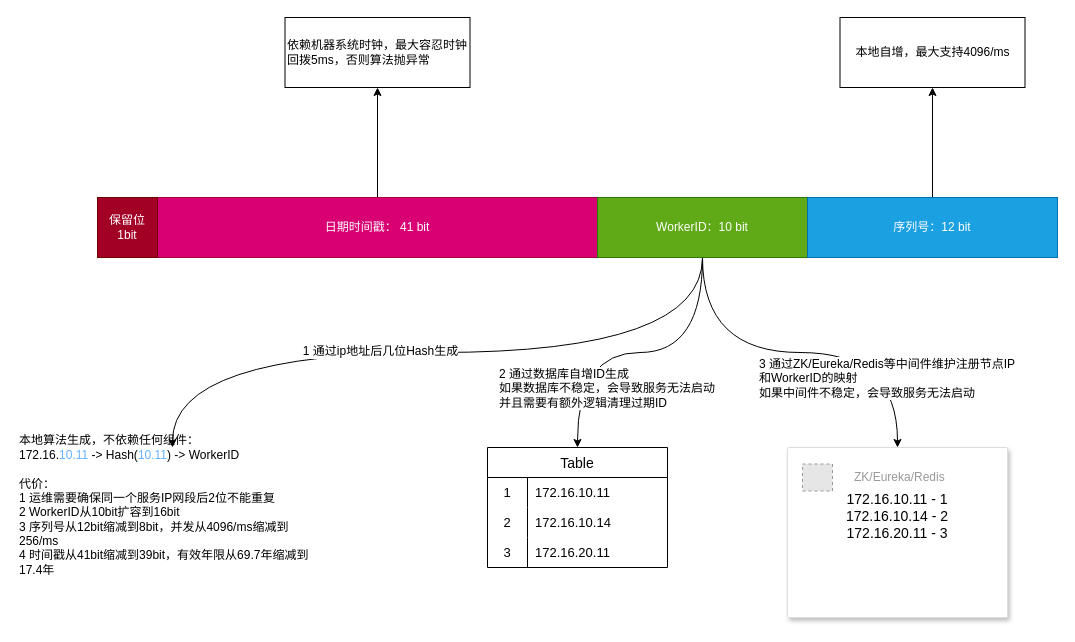
This is doc/雪花算法.drawio from jackjoesh/databend, a draw.io file, before an edit. Source tidied: cells renumbered, new cells numbered last; positions are measured from the earlier drawing's top-left corner, leaving out a move shared by most shapes. Both pictures are drawn from the tidied source at 100%, with x=0, y=0 at pixel (17, 17). Pictures stored in the file or linked from it are replaced by grey dashed boxes.
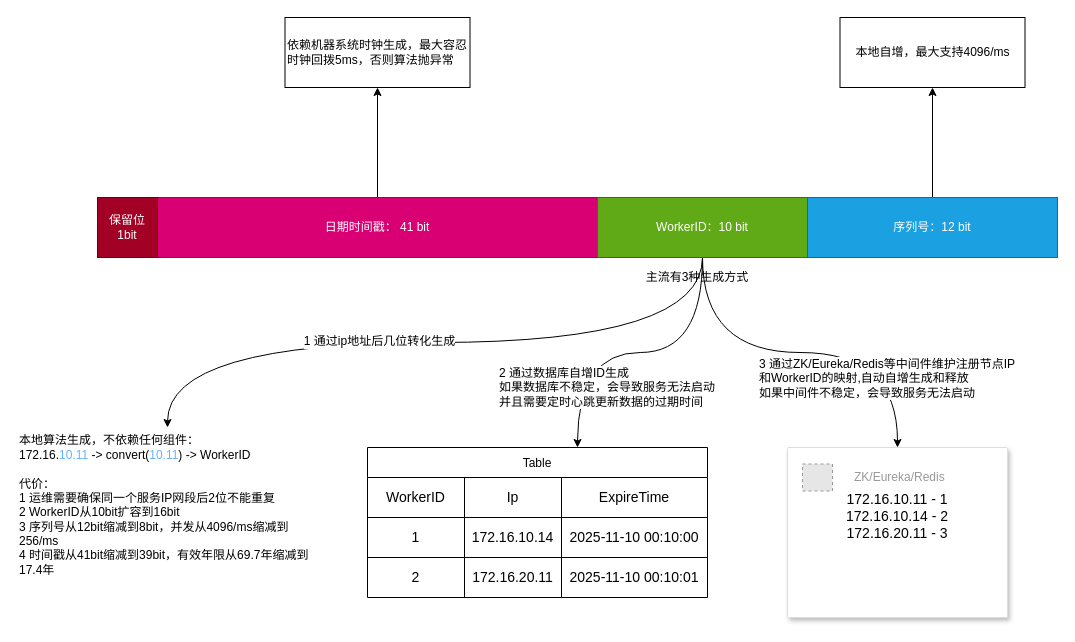
The same page after the edit.

Commit message:
更新雪花算法.drawio

The change refers to these unchanged cells:
```xml
<mxCell id="8" style="edgeStyle=orthogonalEdgeStyle;rounded=0;jettySize=auto;html=1;exitX=0.5;exitY=1;exitDx=0;exitDy=0;entryX=0.5;entryY=0;entryDx=0;entryDy=0;curved=1;" parent="1" edge="1" source="10" target="26">
  <mxGeometry relative="1" as="geometry" />
</mxCell>
<mxCell id="10" value="WorkerID：10 bit" style="rounded=0;whiteSpace=wrap;html=1;fillColor=#60a917;fontColor=#ffffff;strokeColor=#2D7600;" parent="1" vertex="1">
  <mxGeometry x="580" y="180" width="210" height="60" as="geometry" />
</mxCell>
```

What changed in the source:
```diff
@@
-    <mxCell id="4" style="edgeStyle=orthogonalEdgeStyle;rounded=0;jettySize=auto;html=1;exitX=0.5;exitY=1;exitDx=0;exitDy=0;curved=1;" parent="1" edge="1" source="10" target="15">
-      <mxGeometry relative="1" as="geometry" />
+    <mxCell id="4" style="edgeStyle=orthogonalEdgeStyle;rounded=0;jettySize=auto;html=1;exitX=0.5;exitY=1;exitDx=0;exitDy=0;curved=1;" parent="1" edge="1" source="10">
+      <mxGeometry relative="1" as="geometry">
+        <mxPoint x="560" y="430" as="targetPoint" />
+      </mxGeometry>
     </mxCell>
-    <mxCell id="5" value="2 通过数据库自增ID生成&lt;div&gt;如果数据库不稳定，会导致服务无法启动&lt;/div&gt;&lt;div&gt;并且需要有额外逻辑清理过期ID&lt;/div&gt;" style="edgeLabel;html=1;align=left;verticalAlign=middle;fontSize=12;" parent="4" vertex="1">
+    <mxCell id="5" value="2 通过数据库自增ID生成&lt;div&gt;如果数据库不稳定，会导致服务无法启动&lt;/div&gt;&lt;div&gt;并且需要定时心跳更新数据的过期时间&lt;/div&gt;" style="edgeLabel;html=1;align=left;verticalAlign=middle;fontSize=12;" parent="4" vertex="1">
       <mxGeometry x="0.44" y="11" relative="1" as="geometry">
         <mxPoint x="-91" y="28" as="offset" />
       </mxGeometry>
     </mxCell>
-    <mxCell id="6" style="edgeStyle=orthogonalEdgeStyle;rounded=0;jettySize=auto;html=1;exitX=0.5;exitY=1;exitDx=0;exitDy=0;curved=1;" parent="1" edge="1" source="10" target="25">
-      <mxGeometry relative="1" as="geometry" />
+    <mxCell id="6" style="edgeStyle=orthogonalEdgeStyle;rounded=0;jettySize=auto;html=1;exitX=0.5;exitY=1;exitDx=0;exitDy=0;curved=1;" parent="1" edge="1" source="10">
+      <mxGeometry relative="1" as="geometry">
+        <mxPoint x="150" y="410" as="targetPoint" />
+      </mxGeometry>
     </mxCell>
-    <mxCell id="7" value="1 通过ip地址后几位Hash生成" style="edgeLabel;html=1;align=center;verticalAlign=middle;fontSize=12;" parent="6" vertex="1">
+    <mxCell id="7" value="1 通过ip地址后几位转化生成" style="edgeLabel;html=1;align=center;verticalAlign=middle;fontSize=12;" parent="6" vertex="1">
       <mxGeometry x="0.16" y="-2" relative="1" as="geometry" />
     </mxCell>
@@
-    <mxCell id="9" value="3 通过ZK/Eureka/Redis等中间件维护注册节点IP&lt;div&gt;和WorkerID的映射&lt;/div&gt;&lt;div&gt;如果中间件不稳定，会导致服务无法启动&lt;/div&gt;" style="edgeLabel;html=1;align=left;verticalAlign=middle;fontSize=12;" parent="8" vertex="1">
+    <mxCell id="9" value="3 通过ZK/Eureka/Redis等中间件维护注册节点IP&lt;div&gt;和WorkerID的映射,自动自增生成和释放&lt;/div&gt;&lt;div&gt;如果中间件不稳定，会导致服务无法启动&lt;/div&gt;" style="edgeLabel;html=1;align=left;verticalAlign=middle;fontSize=12;" parent="8" vertex="1">
       <mxGeometry x="0.52" y="-1" relative="1" as="geometry">
         <mxPoint x="-139" y="22" as="offset" />
       </mxGeometry>
     </mxCell>
@@
-    <mxCell id="14" value="依赖机器系统时钟，最大容忍时钟回拨5ms，否则算法抛异常" style="rounded=0;whiteSpace=wrap;html=1;fontSize=12;align=left;" parent="1" vertex="1">
+    <mxCell id="14" value="依赖机器系统时钟生成，最大容忍时钟回拨5ms，否则算法抛异常" style="rounded=0;whiteSpace=wrap;html=1;fontSize=12;align=left;" parent="1" vertex="1">
       <mxGeometry x="267.5" width="185" height="70" as="geometry" />
     </mxCell>
-    <mxCell id="15" value="Table" style="shape=table;startSize=30;childLayout=tableLayout;rowLines=0;fontStyle=0;strokeColor=default;fontSize=14;" parent="1" vertex="1">
-      <mxGeometry x="470" y="430" width="180" height="120" as="geometry" />
-    </mxCell>
-    <mxCell id="16" style="shape=tableRow;horizontal=0;startSize=0;swimlaneHead=0;swimlaneBody=0;top=0;left=0;bottom=0;right=0;fillColor=none;strokeColor=inherit;fontSize=16;" parent="15" vertex="1">
-      <mxGeometry y="30" width="180" height="30" as="geometry" />
-    </mxCell>
-    <mxCell id="17" value="&lt;font&gt;1&lt;/font&gt;" style="shape=partialRectangle;html=1;whiteSpace=wrap;fillColor=none;top=0;left=0;bottom=0;right=0;overflow=hidden;strokeColor=inherit;fontSize=13;" parent="16" vertex="1">
-      <mxGeometry width="40" height="30" as="geometry" />
-    </mxCell>
-    <mxCell id="18" value="&lt;font&gt;172.16.10.11&lt;/font&gt;" style="shape=partialRectangle;html=1;whiteSpace=wrap;fillColor=none;top=0;left=0;bottom=0;right=0;align=left;spacingLeft=6;overflow=hidden;strokeColor=inherit;fontSize=13;" parent="16" vertex="1">
-      <mxGeometry x="40" width="140" height="30" as="geometry" />
-    </mxCell>
-    <mxCell id="19" style="shape=tableRow;horizontal=0;startSize=0;swimlaneHead=0;swimlaneBody=0;top=0;left=0;bottom=0;right=0;fillColor=none;strokeColor=inherit;fontSize=16;" parent="15" vertex="1">
-      <mxGeometry y="60" width="180" height="30" as="geometry" />
-    </mxCell>
-    <mxCell id="20" value="2" style="shape=partialRectangle;html=1;whiteSpace=wrap;fillColor=none;top=0;left=0;bottom=0;right=0;overflow=hidden;strokeColor=inherit;fontSize=13;" parent="19" vertex="1">
-      <mxGeometry width="40" height="30" as="geometry" />
-    </mxCell>
-    <mxCell id="21" value="172.16.10.14" style="shape=partialRectangle;html=1;whiteSpace=wrap;fillColor=none;top=0;left=0;bottom=0;right=0;align=left;spacingLeft=6;overflow=hidden;strokeColor=inherit;fontSize=13;" parent="19" vertex="1">
-      <mxGeometry x="40" width="140" height="30" as="geometry" />
-    </mxCell>
-    <mxCell id="22" style="shape=tableRow;horizontal=0;startSize=0;swimlaneHead=0;swimlaneBody=0;top=0;left=0;bottom=0;right=0;fillColor=none;strokeColor=inherit;fontSize=16;" parent="15" vertex="1">
-      <mxGeometry y="90" width="180" height="30" as="geometry" />
-    </mxCell>
-    <mxCell id="23" value="3" style="shape=partialRectangle;html=1;whiteSpace=wrap;fillColor=none;top=0;left=0;bottom=0;right=0;overflow=hidden;strokeColor=inherit;fontSize=13;" parent="22" vertex="1">
-      <mxGeometry width="40" height="30" as="geometry" />
-    </mxCell>
-    <mxCell id="24" value="172.16.20.11" style="shape=partialRectangle;html=1;whiteSpace=wrap;fillColor=none;top=0;left=0;bottom=0;right=0;align=left;spacingLeft=6;overflow=hidden;strokeColor=inherit;fontSize=13;" parent="22" vertex="1">
-      <mxGeometry x="40" width="140" height="30" as="geometry" />
-    </mxCell>
-    <mxCell id="25" value="&lt;span&gt;本地算法生成，不依赖任何组件：&lt;/span&gt;&lt;div&gt;&lt;span&gt;172.16.&lt;font style=&quot;color: rgb(102, 178, 255);&quot;&gt;10.11&lt;/font&gt; -&amp;gt;&amp;nbsp;&lt;/span&gt;Hash(&lt;span&gt;&lt;font style=&quot;color: rgb(102, 178, 255);&quot;&gt;10.11&lt;/font&gt;&lt;/span&gt;)&amp;nbsp;&lt;span style=&quot;background-color: transparent; color: light-dark(rgb(0, 0, 0), rgb(255, 255, 255));&quot;&gt;-&amp;gt;&lt;/span&gt;&lt;span style=&quot;background-color: transparent; color: light-dark(rgb(0, 0, 0), rgb(255, 255, 255));&quot;&gt;&amp;nbsp;&lt;font&gt;WorkerID&lt;/font&gt;&lt;/span&gt;&lt;/div&gt;&lt;div&gt;&lt;br&gt;&lt;/div&gt;&lt;div&gt;&lt;font&gt;代价：&amp;nbsp;&lt;/font&gt;&lt;/div&gt;&lt;div&gt;&lt;font&gt;1 运维需要确保同一个服务IP网段后2位不能重复&lt;/font&gt;&lt;/div&gt;&lt;div&gt;&lt;font&gt;2 WorkerID从10bit扩容到16bit&lt;/font&gt;&lt;/div&gt;&lt;div&gt;&lt;font&gt;3 序列号从12bit缩减到8bit，并发从4096/ms缩减到256/ms&lt;/font&gt;&lt;/div&gt;&lt;div&gt;&lt;font&gt;4 时间戳从41bit缩减到39bit，有效年限从69.7年缩减到17.4年&lt;/font&gt;&lt;/div&gt;&lt;div&gt;&lt;br&gt;&lt;/div&gt;" style="text;html=1;whiteSpace=wrap;strokeColor=none;fillColor=none;align=left;verticalAlign=middle;rounded=0;fontSize=12;" parent="1" vertex="1">
+    <mxCell id="25" value="&lt;span&gt;本地算法生成，不依赖任何组件：&lt;/span&gt;&lt;div&gt;&lt;span&gt;172.16.&lt;font style=&quot;color: rgb(102, 178, 255);&quot;&gt;10.11&lt;/font&gt; -&amp;gt; convert&lt;/span&gt;(&lt;span&gt;&lt;font style=&quot;color: rgb(102, 178, 255);&quot;&gt;10.11&lt;/font&gt;&lt;/span&gt;)&amp;nbsp;&lt;span style=&quot;background-color: transparent; color: light-dark(rgb(0, 0, 0), rgb(255, 255, 255));&quot;&gt;-&amp;gt;&lt;/span&gt;&lt;span style=&quot;background-color: transparent; color: light-dark(rgb(0, 0, 0), rgb(255, 255, 255));&quot;&gt;&amp;nbsp;&lt;font&gt;WorkerID&lt;/font&gt;&lt;/span&gt;&lt;/div&gt;&lt;div&gt;&lt;br&gt;&lt;/div&gt;&lt;div&gt;&lt;font&gt;代价：&amp;nbsp;&lt;/font&gt;&lt;/div&gt;&lt;div&gt;&lt;font&gt;1 运维需要确保同一个服务IP网段后2位不能重复&lt;/font&gt;&lt;/div&gt;&lt;div&gt;&lt;font&gt;2 WorkerID从10bit扩容到16bit&lt;/font&gt;&lt;/div&gt;&lt;div&gt;&lt;font&gt;3 序列号从12bit缩减到8bit，并发从4096/ms缩减到256/ms&lt;/font&gt;&lt;/div&gt;&lt;div&gt;&lt;font&gt;4 时间戳从41bit缩减到39bit，有效年限从69.7年缩减到17.4年&lt;/font&gt;&lt;/div&gt;&lt;div&gt;&lt;br&gt;&lt;/div&gt;" style="text;html=1;whiteSpace=wrap;strokeColor=none;fillColor=none;align=left;verticalAlign=middle;rounded=0;fontSize=12;" parent="1" vertex="1">
       <mxGeometry y="430" width="310" height="130" as="geometry" />
     </mxCell>
@@
+    <mxCell id="29" value="主流有3种生成方式" style="text;html=1;whiteSpace=wrap;strokeColor=none;fillColor=none;align=center;verticalAlign=middle;rounded=0;" parent="1" vertex="1">
+      <mxGeometry x="560" y="250" width="240" height="20" as="geometry" />
+    </mxCell>
+    <mxCell id="15" value="Table" style="shape=table;startSize=30;childLayout=tableLayout;strokeColor=default;fontSize=12;" parent="1" vertex="1">
+      <mxGeometry x="350" y="430" width="340" height="150" as="geometry" />
+    </mxCell>
+    <mxCell id="30" style="shape=tableRow;horizontal=0;startSize=0;swimlaneHead=0;swimlaneBody=0;strokeColor=inherit;top=0;left=0;bottom=0;right=0;fillColor=none;fontSize=16;" parent="15" vertex="1">
+      <mxGeometry y="30" width="340" height="40" as="geometry" />
+    </mxCell>
+    <mxCell id="31" value="WorkerID" style="shape=partialRectangle;html=1;whiteSpace=wrap;strokeColor=inherit;overflow=hidden;fillColor=none;top=0;left=0;bottom=0;right=0;fontSize=14;" parent="30" vertex="1">
+      <mxGeometry width="97" height="40" as="geometry" />
+    </mxCell>
+    <mxCell id="32" value="&lt;span style=&quot;text-wrap-mode: nowrap;&quot;&gt;Ip&lt;/span&gt;" style="shape=partialRectangle;html=1;whiteSpace=wrap;strokeColor=inherit;overflow=hidden;fillColor=none;top=0;left=0;bottom=0;right=0;fontSize=14;" parent="30" vertex="1">
+      <mxGeometry x="97" width="97" height="40" as="geometry" />
+    </mxCell>
+    <mxCell id="33" value="ExpireTime" style="shape=partialRectangle;html=1;whiteSpace=wrap;strokeColor=inherit;overflow=hidden;fillColor=none;top=0;left=0;bottom=0;right=0;fontSize=14;" parent="30" vertex="1">
+      <mxGeometry x="194" width="146" height="40" as="geometry" />
+    </mxCell>
+    <mxCell id="34" style="shape=tableRow;horizontal=0;startSize=0;swimlaneHead=0;swimlaneBody=0;strokeColor=inherit;top=0;left=0;bottom=0;right=0;fillColor=none;fontSize=16;" parent="15" vertex="1">
+      <mxGeometry y="70" width="340" height="40" as="geometry" />
+    </mxCell>
+    <mxCell id="17" value="1" style="shape=partialRectangle;html=1;whiteSpace=wrap;strokeColor=inherit;overflow=hidden;fillColor=none;top=0;left=0;bottom=0;right=0;fontSize=14;" parent="34" vertex="1">
+      <mxGeometry width="97" height="40" as="geometry" />
+    </mxCell>
+    <mxCell id="21" value="&lt;span style=&quot;text-wrap-mode: nowrap;&quot;&gt;172.16.10.14&lt;/span&gt;" style="shape=partialRectangle;html=1;whiteSpace=wrap;strokeColor=inherit;overflow=hidden;fillColor=none;top=0;left=0;bottom=0;right=0;fontSize=14;" parent="34" vertex="1">
+      <mxGeometry x="97" width="97" height="40" as="geometry" />
+    </mxCell>
+    <mxCell id="35" value="2025-11-10 00:10:00" style="shape=partialRectangle;html=1;whiteSpace=wrap;strokeColor=inherit;overflow=hidden;fillColor=none;top=0;left=0;bottom=0;right=0;fontSize=14;" parent="34" vertex="1">
+      <mxGeometry x="194" width="146" height="40" as="geometry" />
+    </mxCell>
+    <mxCell id="36" style="shape=tableRow;horizontal=0;startSize=0;swimlaneHead=0;swimlaneBody=0;strokeColor=inherit;top=0;left=0;bottom=0;right=0;fillColor=none;fontSize=16;" parent="15" vertex="1">
+      <mxGeometry y="110" width="340" height="40" as="geometry" />
+    </mxCell>
+    <mxCell id="20" value="2" style="shape=partialRectangle;html=1;whiteSpace=wrap;strokeColor=inherit;overflow=hidden;fillColor=none;top=0;left=0;bottom=0;right=0;fontSize=14;" parent="36" vertex="1">
+      <mxGeometry width="97" height="40" as="geometry" />
+    </mxCell>
+    <mxCell id="24" value="&lt;span style=&quot;text-wrap-mode: nowrap;&quot;&gt;172.16.20.11&lt;/span&gt;" style="shape=partialRectangle;html=1;whiteSpace=wrap;strokeColor=inherit;overflow=hidden;fillColor=none;top=0;left=0;bottom=0;right=0;fontSize=14;" parent="36" vertex="1">
+      <mxGeometry x="97" width="97" height="40" as="geometry" />
+    </mxCell>
+    <mxCell id="37" value="2025-11-10 00:10:01" style="shape=partialRectangle;html=1;whiteSpace=wrap;strokeColor=inherit;overflow=hidden;fillColor=none;top=0;left=0;bottom=0;right=0;fontSize=14;" parent="36" vertex="1">
+      <mxGeometry x="194" width="146" height="40" as="geometry" />
+    </mxCell>
```
